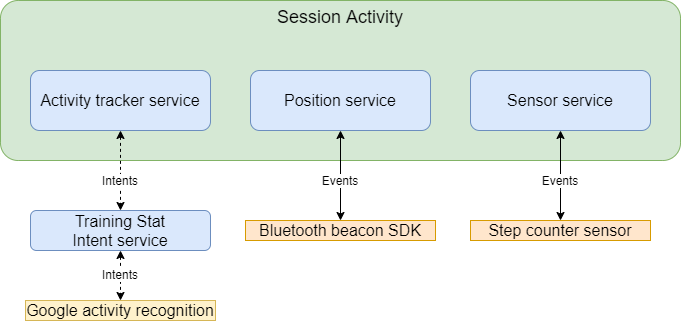
Above: Documentation/images/SessionActivityStructure.png in CarmeloAparo/TrainingStat (draw.io), before the change. Source tidied: cells renumbered, new cells last; positions are measured from the earlier drawing's top-left corner, leaving out a move shared by most shapes.
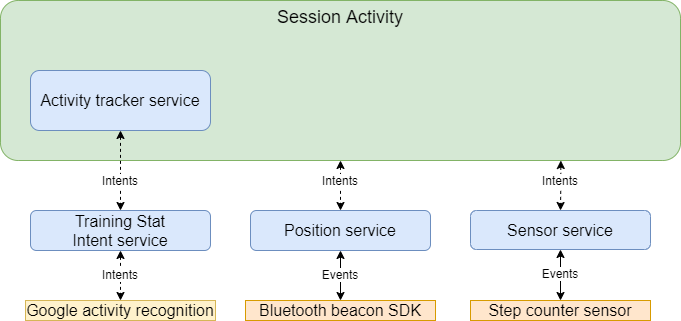
The same diagram one commit later.

Diff of the diagram source:
```diff
@@ -15,32 +15,29 @@
       <mxGeometry relative="1" as="geometry" />
     </mxCell>
     <mxCell id="6" value="Sensor service" style="rounded=1;whiteSpace=wrap;html=1;align=center;fontSize=16;fillColor=#dae8fc;strokeColor=#6c8ebf;" parent="1" vertex="1">
-      <mxGeometry x="470" y="70" width="180" height="60" as="geometry" />
+      <mxGeometry x="470" y="210" width="180" height="39" as="geometry" />
     </mxCell>
     <mxCell id="7" style="edgeStyle=orthogonalEdgeStyle;rounded=0;jettySize=auto;html=1;fontSize=16;startArrow=classic;startFill=1;" parent="1" edge="1" source="8" target="12">
       <mxGeometry relative="1" as="geometry" />
     </mxCell>
     <mxCell id="8" value="Position service" style="rounded=1;whiteSpace=wrap;html=1;align=center;fontSize=16;fillColor=#dae8fc;strokeColor=#6c8ebf;" parent="1" vertex="1">
-      <mxGeometry x="250" y="70" width="180" height="60" as="geometry" />
+      <mxGeometry x="250" y="210" width="180" height="40" as="geometry" />
     </mxCell>
     <mxCell id="9" value="Intents" style="text;html=1;strokeColor=none;fillColor=none;align=center;verticalAlign=middle;whiteSpace=wrap;rounded=0;labelBackgroundColor=#ffffff;" parent="1" vertex="1">
       <mxGeometry x="100" y="170" width="40" height="20" as="geometry" />
     </mxCell>
     <mxCell id="10" value="Step counter sensor" style="text;html=1;strokeColor=#d79b00;fillColor=#ffe6cc;align=center;verticalAlign=middle;whiteSpace=wrap;rounded=0;fontSize=16;" parent="1" vertex="1">
-      <mxGeometry x="470" y="220" width="180" height="20" as="geometry" />
+      <mxGeometry x="470" y="300" width="180" height="20" as="geometry" />
     </mxCell>
     <mxCell id="11" value="Google activity recognition" style="text;html=1;strokeColor=#d6b656;fillColor=#fff2cc;align=center;verticalAlign=middle;whiteSpace=wrap;rounded=0;fontSize=16;" parent="1" vertex="1">
       <mxGeometry x="25" y="300" width="190" height="20" as="geometry" />
     </mxCell>
     <mxCell id="12" value="Bluetooth beacon SDK" style="text;html=1;strokeColor=#d79b00;fillColor=#ffe6cc;align=center;verticalAlign=middle;whiteSpace=wrap;rounded=0;fontSize=16;" parent="1" vertex="1">
-      <mxGeometry x="245" y="220" width="190" height="20" as="geometry" />
+      <mxGeometry x="245" y="300" width="190" height="20" as="geometry" />
     </mxCell>
     <mxCell id="13" value="Events" style="text;html=1;strokeColor=none;fillColor=none;align=center;verticalAlign=middle;whiteSpace=wrap;rounded=0;labelBackgroundColor=#ffffff;" parent="1" vertex="1">
-      <mxGeometry x="540" y="170" width="40" height="20" as="geometry" />
+      <mxGeometry x="540" y="263" width="40" height="20" as="geometry" />
     </mxCell>
-    <mxCell id="14" value="Events" style="text;html=1;strokeColor=none;fillColor=none;align=center;verticalAlign=middle;whiteSpace=wrap;rounded=0;labelBackgroundColor=#ffffff;" parent="1" vertex="1">
-      <mxGeometry x="320" y="170" width="40" height="20" as="geometry" />
-    </mxCell>
     <mxCell id="15" value="Training Stat&lt;br&gt;Intent service" style="rounded=1;whiteSpace=wrap;html=1;align=center;fontSize=16;fillColor=#dae8fc;strokeColor=#6c8ebf;" parent="1" vertex="1">
       <mxGeometry x="30" y="210" width="180" height="40" as="geometry" />
     </mxCell>
@@ -50,5 +47,20 @@
     <mxCell id="17" value="Intents" style="text;html=1;strokeColor=none;fillColor=none;align=center;verticalAlign=middle;whiteSpace=wrap;rounded=0;labelBackgroundColor=#ffffff;" parent="1" vertex="1">
       <mxGeometry x="100" y="264" width="40" height="20" as="geometry" />
     </mxCell>
+    <mxCell id="14" value="Events" style="text;html=1;strokeColor=none;fillColor=none;align=center;verticalAlign=middle;whiteSpace=wrap;rounded=0;labelBackgroundColor=#ffffff;" parent="1" vertex="1">
+      <mxGeometry x="320" y="264" width="40" height="20" as="geometry" />
+    </mxCell>
+    <mxCell id="18" style="edgeStyle=orthogonalEdgeStyle;rounded=0;jettySize=auto;html=1;fontSize=16;dashed=1;startArrow=classic;startFill=1;entryX=0.5;entryY=0;entryDx=0;entryDy=0;" parent="1" edge="1" source="2" target="8">
+      <mxGeometry relative="1" as="geometry" />
+    </mxCell>
+    <mxCell id="19" style="edgeStyle=orthogonalEdgeStyle;rounded=0;jettySize=auto;html=1;fontSize=16;dashed=1;startArrow=classic;startFill=1;exitX=0.824;exitY=1;exitDx=0;exitDy=0;exitPerimeter=0;" parent="1" edge="1" source="2" target="6">
+      <mxGeometry relative="1" as="geometry" />
+    </mxCell>
+    <mxCell id="20" value="Intents" style="text;html=1;strokeColor=none;fillColor=none;align=center;verticalAlign=middle;whiteSpace=wrap;rounded=0;labelBackgroundColor=#ffffff;" parent="1" vertex="1">
+      <mxGeometry x="320" y="170" width="40" height="20" as="geometry" />
+    </mxCell>
+    <mxCell id="21" value="Intents" style="text;html=1;strokeColor=none;fillColor=none;align=center;verticalAlign=middle;whiteSpace=wrap;rounded=0;labelBackgroundColor=#ffffff;" parent="1" vertex="1">
+      <mxGeometry x="540" y="170" width="40" height="20" as="geometry" />
+    </mxCell>
   </root>
 </mxGraphModel>
```
